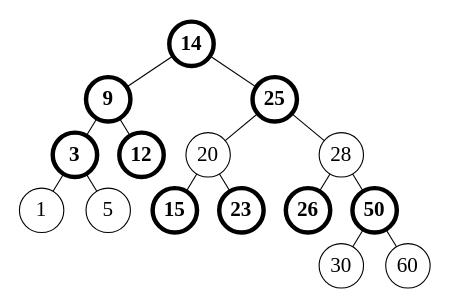
The draw.io diagram 6/6-19.drawio in Wankupi/figures, before the edit. Source tidied: cells renumbered, new cells numbered last; positions are measured from the earlier drawing's top-left corner, leaving out a move shared by most shapes. Both pictures are drawn from the tidied source at 111%, with x=0, y=0 at pixel (19, 21).
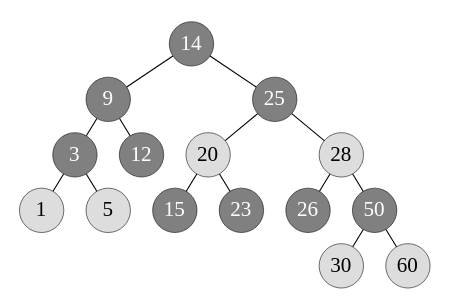
Above is the later version.

Unchanged cells that the change refers to:
```xml
<mxCell id="2" style="group;" parent="1" vertex="1">
  <mxGeometry width="370" height="240" as="geometry" />
</mxCell>
```

Diff of the diagram source:
```diff
@@
-    <mxCell id="3" value="14" style="ellipse;whiteSpace=wrap;html=1;fontFamily=Times New Roman;fontSize=19;fontStyle=1;strokeWidth=4;" parent="2" vertex="1">
+    <mxCell id="3" value="14" style="ellipse;whiteSpace=wrap;html=1;fontFamily=Times New Roman;fontSize=19;fontStyle=0;strokeWidth=0.5;fillColor=#808080;fontColor=#FFFFFF;" parent="2" vertex="1">
       <mxGeometry x="135" width="40" height="40" as="geometry" />
     </mxCell>
-    <mxCell id="4" value="9" style="ellipse;whiteSpace=wrap;html=1;fontFamily=Times New Roman;fontSize=19;fontStyle=1;strokeWidth=4;" parent="2" vertex="1">
+    <mxCell id="4" value="9" style="ellipse;whiteSpace=wrap;html=1;fontFamily=Times New Roman;fontSize=19;fontStyle=0;strokeWidth=0.5;fillColor=#808080;fontColor=#FFFFFF;" parent="2" vertex="1">
       <mxGeometry x="60" y="50" width="40" height="40" as="geometry" />
     </mxCell>
@@
-    <mxCell id="6" value="3" style="ellipse;whiteSpace=wrap;html=1;fontFamily=Times New Roman;fontSize=19;fontStyle=1;strokeWidth=4;" parent="2" vertex="1">
+    <mxCell id="6" value="3" style="ellipse;whiteSpace=wrap;html=1;fontFamily=Times New Roman;fontSize=19;fontStyle=0;strokeWidth=0.5;fillColor=#808080;fontColor=#FFFFFF;" parent="2" vertex="1">
       <mxGeometry x="30" y="100" width="40" height="40" as="geometry" />
     </mxCell>
@@
-    <mxCell id="8" value="12" style="ellipse;whiteSpace=wrap;html=1;fontFamily=Times New Roman;fontSize=19;fontStyle=1;strokeWidth=4;" parent="2" vertex="1">
+    <mxCell id="8" value="12" style="ellipse;whiteSpace=wrap;html=1;fontFamily=Times New Roman;fontSize=19;fontStyle=0;strokeWidth=0.5;fillColor=#808080;fontColor=#FFFFFF;" parent="2" vertex="1">
       <mxGeometry x="90" y="100" width="40" height="40" as="geometry" />
     </mxCell>
@@
-    <mxCell id="10" value="25" style="ellipse;whiteSpace=wrap;html=1;fontFamily=Times New Roman;fontSize=19;fontStyle=1;strokeWidth=4;" parent="2" vertex="1">
+    <mxCell id="10" value="25" style="ellipse;whiteSpace=wrap;html=1;fontFamily=Times New Roman;fontSize=19;fontStyle=0;strokeWidth=0.5;fillColor=#808080;fontColor=#FFFFFF;" parent="2" vertex="1">
       <mxGeometry x="210" y="50" width="40" height="40" as="geometry" />
     </mxCell>
@@
-    <mxCell id="12" value="15" style="ellipse;whiteSpace=wrap;html=1;fontFamily=Times New Roman;fontSize=19;fontStyle=1;strokeWidth=4;" parent="2" vertex="1">
+    <mxCell id="12" value="15" style="ellipse;whiteSpace=wrap;html=1;fontFamily=Times New Roman;fontSize=19;fontStyle=0;strokeWidth=0.5;fillColor=#808080;fontColor=#FFFFFF;" parent="2" vertex="1">
       <mxGeometry x="120" y="150" width="40" height="40" as="geometry" />
     </mxCell>
-    <mxCell id="13" value="23" style="ellipse;whiteSpace=wrap;html=1;fontFamily=Times New Roman;fontSize=19;fontStyle=1;strokeWidth=4;" parent="2" vertex="1">
+    <mxCell id="13" value="23" style="ellipse;whiteSpace=wrap;html=1;fontFamily=Times New Roman;fontSize=19;fontStyle=0;strokeWidth=0.5;fillColor=#808080;fontColor=#FFFFFF;" parent="2" vertex="1">
       <mxGeometry x="180" y="150" width="40" height="40" as="geometry" />
     </mxCell>
-    <mxCell id="14" value="26" style="ellipse;whiteSpace=wrap;html=1;fontFamily=Times New Roman;fontSize=19;fontStyle=1;strokeWidth=4;" parent="2" vertex="1">
+    <mxCell id="14" value="26" style="ellipse;whiteSpace=wrap;html=1;fontFamily=Times New Roman;fontSize=19;fontStyle=0;strokeWidth=0.5;fillColor=#808080;fontColor=#FFFFFF;" parent="2" vertex="1">
       <mxGeometry x="240" y="150" width="40" height="40" as="geometry" />
     </mxCell>
-    <mxCell id="15" value="50" style="ellipse;whiteSpace=wrap;html=1;fontFamily=Times New Roman;fontSize=19;fontStyle=1;strokeWidth=4;" parent="2" vertex="1">
+    <mxCell id="15" value="50" style="ellipse;whiteSpace=wrap;html=1;fontFamily=Times New Roman;fontSize=19;fontStyle=0;strokeWidth=0.5;fillColor=#808080;fontColor=#FFFFFF;" parent="2" vertex="1">
       <mxGeometry x="300" y="150" width="40" height="40" as="geometry" />
     </mxCell>
@@
-    <mxCell id="18" value="20" style="ellipse;whiteSpace=wrap;html=1;fontFamily=Times New Roman;fontSize=19;strokeWidth=1;fillStyle=auto;fillColor=#FFFFFF;fontStyle=0;" parent="2" vertex="1">
+    <mxCell id="18" value="20" style="ellipse;whiteSpace=wrap;html=1;fontFamily=Times New Roman;fontSize=19;strokeWidth=0.5;fillStyle=auto;fillColor=#DDD;fontStyle=0;" parent="2" vertex="1">
       <mxGeometry x="150" y="100" width="40" height="40" as="geometry" />
     </mxCell>
@@
-    <mxCell id="22" value="28" style="ellipse;whiteSpace=wrap;html=1;fontFamily=Times New Roman;fontSize=19;strokeWidth=1;fillStyle=auto;fillColor=#FFFFFF;fontStyle=0;" parent="2" vertex="1">
+    <mxCell id="22" value="28" style="ellipse;whiteSpace=wrap;html=1;fontFamily=Times New Roman;fontSize=19;strokeWidth=0.5;fillStyle=auto;fillColor=#DDD;fontStyle=0;" parent="2" vertex="1">
       <mxGeometry x="270" y="100" width="40" height="40" as="geometry" />
     </mxCell>
@@
-    <mxCell id="24" value="1" style="ellipse;whiteSpace=wrap;html=1;fontFamily=Times New Roman;fontSize=19;strokeWidth=1;fillStyle=auto;fillColor=#FFFFFF;fontStyle=0;" parent="2" vertex="1">
+    <mxCell id="24" value="1" style="ellipse;whiteSpace=wrap;html=1;fontFamily=Times New Roman;fontSize=19;strokeWidth=0.5;fillStyle=auto;fillColor=#DDD;fontStyle=0;" parent="2" vertex="1">
       <mxGeometry y="150" width="40" height="40" as="geometry" />
     </mxCell>
@@
-    <mxCell id="26" value="5" style="ellipse;whiteSpace=wrap;html=1;fontFamily=Times New Roman;fontSize=19;strokeWidth=1;fillStyle=auto;fillColor=#FFFFFF;fontStyle=0;" parent="2" vertex="1">
+    <mxCell id="26" value="5" style="ellipse;whiteSpace=wrap;html=1;fontFamily=Times New Roman;fontSize=19;strokeWidth=0.5;fillStyle=auto;fillColor=#DDD;fontStyle=0;" parent="2" vertex="1">
       <mxGeometry x="60" y="150" width="40" height="40" as="geometry" />
     </mxCell>
@@
-    <mxCell id="28" value="30" style="ellipse;whiteSpace=wrap;html=1;fontFamily=Times New Roman;fontSize=19;strokeWidth=1;fillStyle=auto;fillColor=#FFFFFF;fontStyle=0;" parent="2" vertex="1">
+    <mxCell id="28" value="30" style="ellipse;whiteSpace=wrap;html=1;fontFamily=Times New Roman;fontSize=19;strokeWidth=0.5;fillStyle=auto;fillColor=#DDD;fontStyle=0;" parent="2" vertex="1">
       <mxGeometry x="270" y="200" width="40" height="40" as="geometry" />
     </mxCell>
@@
-    <mxCell id="30" value="60" style="ellipse;whiteSpace=wrap;html=1;fontFamily=Times New Roman;fontSize=19;strokeWidth=1;fillStyle=auto;fillColor=#FFFFFF;fontStyle=0;" parent="2" vertex="1">
+    <mxCell id="30" value="60" style="ellipse;whiteSpace=wrap;html=1;fontFamily=Times New Roman;fontSize=19;strokeWidth=0.5;fillStyle=auto;fillColor=#DDD;fontStyle=0;" parent="2" vertex="1">
       <mxGeometry x="330" y="200" width="40" height="40" as="geometry" />
     </mxCell>
```
